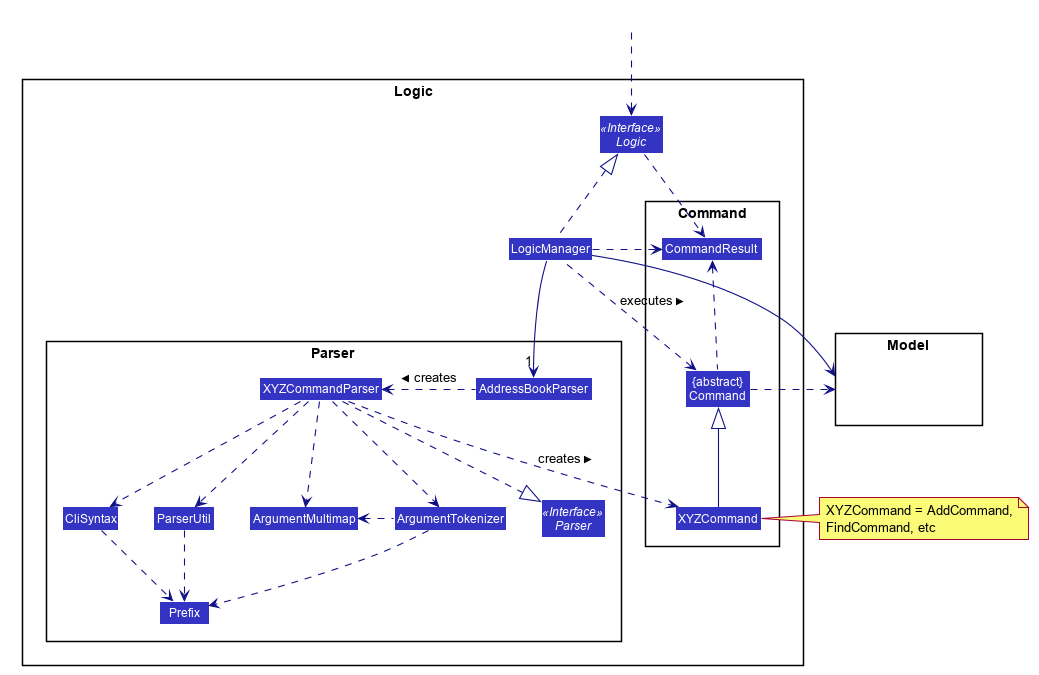
Above: docs/images/LogicClassDiagram.png in nus-cs2103-AY2021S2/tp (PlantUML), before the change.
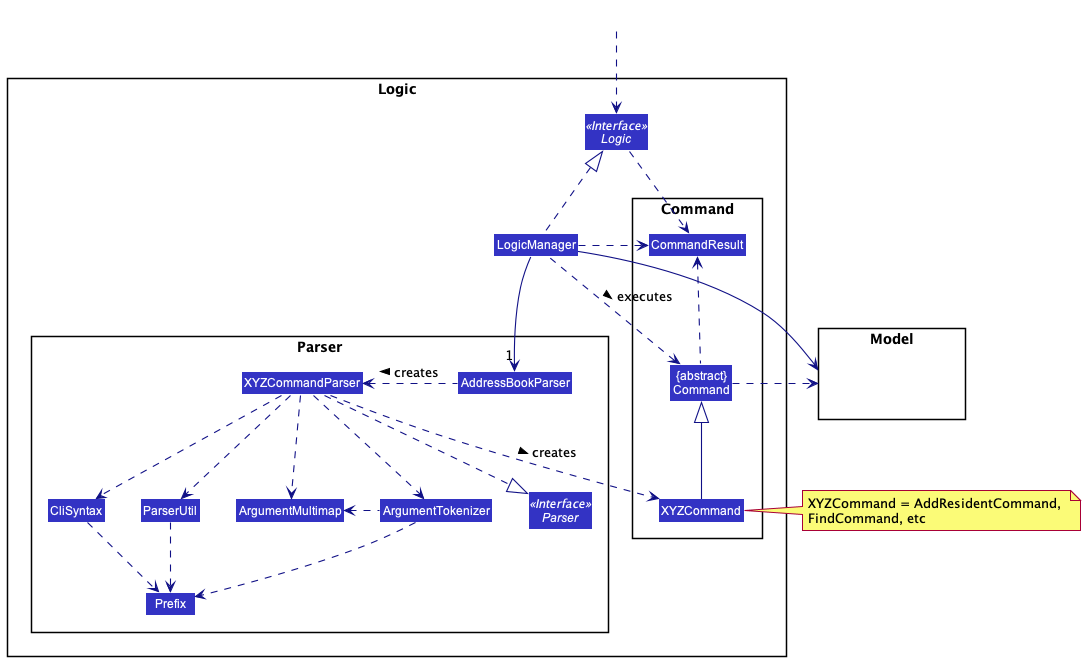
Above is the later version.

Commit message:
Docs: Edit architecture diagram

What changed in the source:
```diff
@@ -1,55 +1,8 @@
 @startuml
-
-
-
-
-
-
-
-
-skinparam BackgroundColor #FFFFFFF
-
-skinparam Shadowing false
-
-skinparam Class {
-    FontColor #FFFFFF
-    BorderThickness 1
-    BorderColor #FFFFFF
-    StereotypeFontColor #FFFFFF
-    FontName Arial
-}
-
-skinparam Actor {
-    BorderColor #000000
-    Color #000000
-    FontName Arial
-}
-
-skinparam Sequence {
-    MessageAlign center
-    BoxFontSize 15
-    BoxPadding 0
-    BoxFontColor #FFFFFF
-    FontName Arial
-}
-
-skinparam Participant {
-    FontColor #FFFFFFF
-    Padding 20
-}
-
-skinparam MinClassWidth 50
-skinparam ParticipantPadding 10
-skinparam Shadowing false
-skinparam DefaultTextAlignment center
-skinparam packageStyle Rectangle
-
-hide footbox
-hide members
-hide circle
+!include style.puml
 skinparam arrowThickness 1.1
-skinparam arrowColor #101086
-skinparam classBackgroundColor #3333C4
+skinparam arrowColor LOGIC_COLOR_T4
+skinparam classBackgroundColor LOGIC_COLOR
 
 package Logic {
 
@@ -100,7 +53,7 @@
 
 LogicManager --> Model
 Command .right.> Model
-note right of XYZCommand: XYZCommand = AddCommand, \nFindCommand, etc
+note right of XYZCommand: XYZCommand = AddResidentCommand, \nFindCommand, etc
 
 Logic ..> CommandResult
 LogicManager .down.> CommandResult
```
